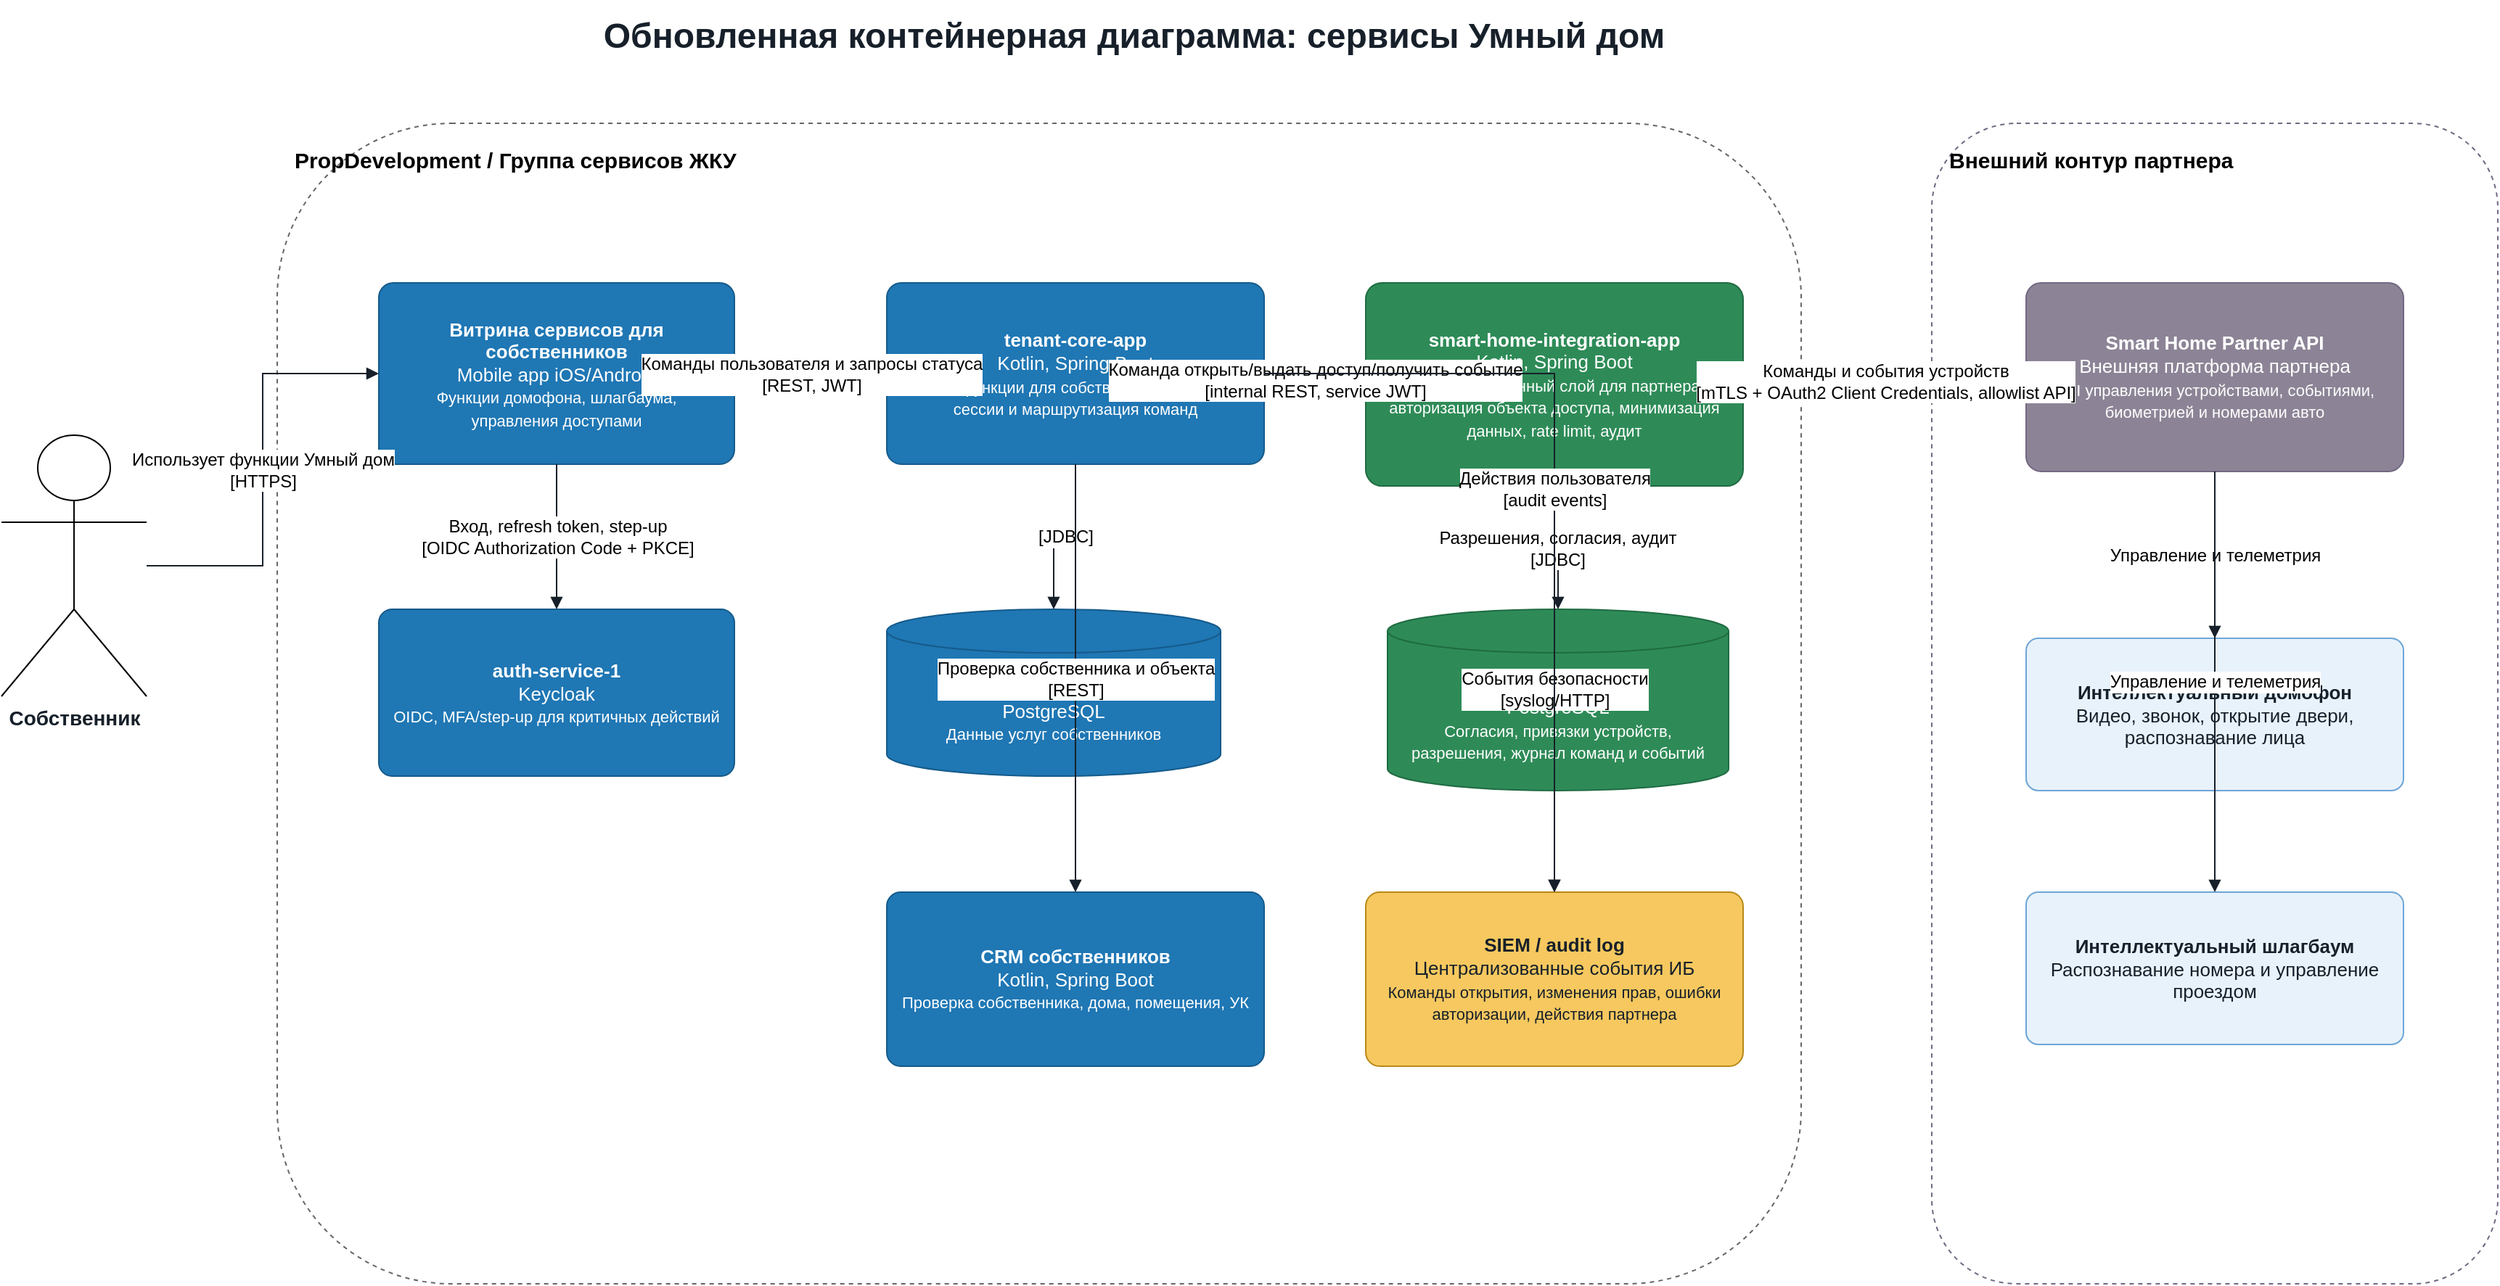
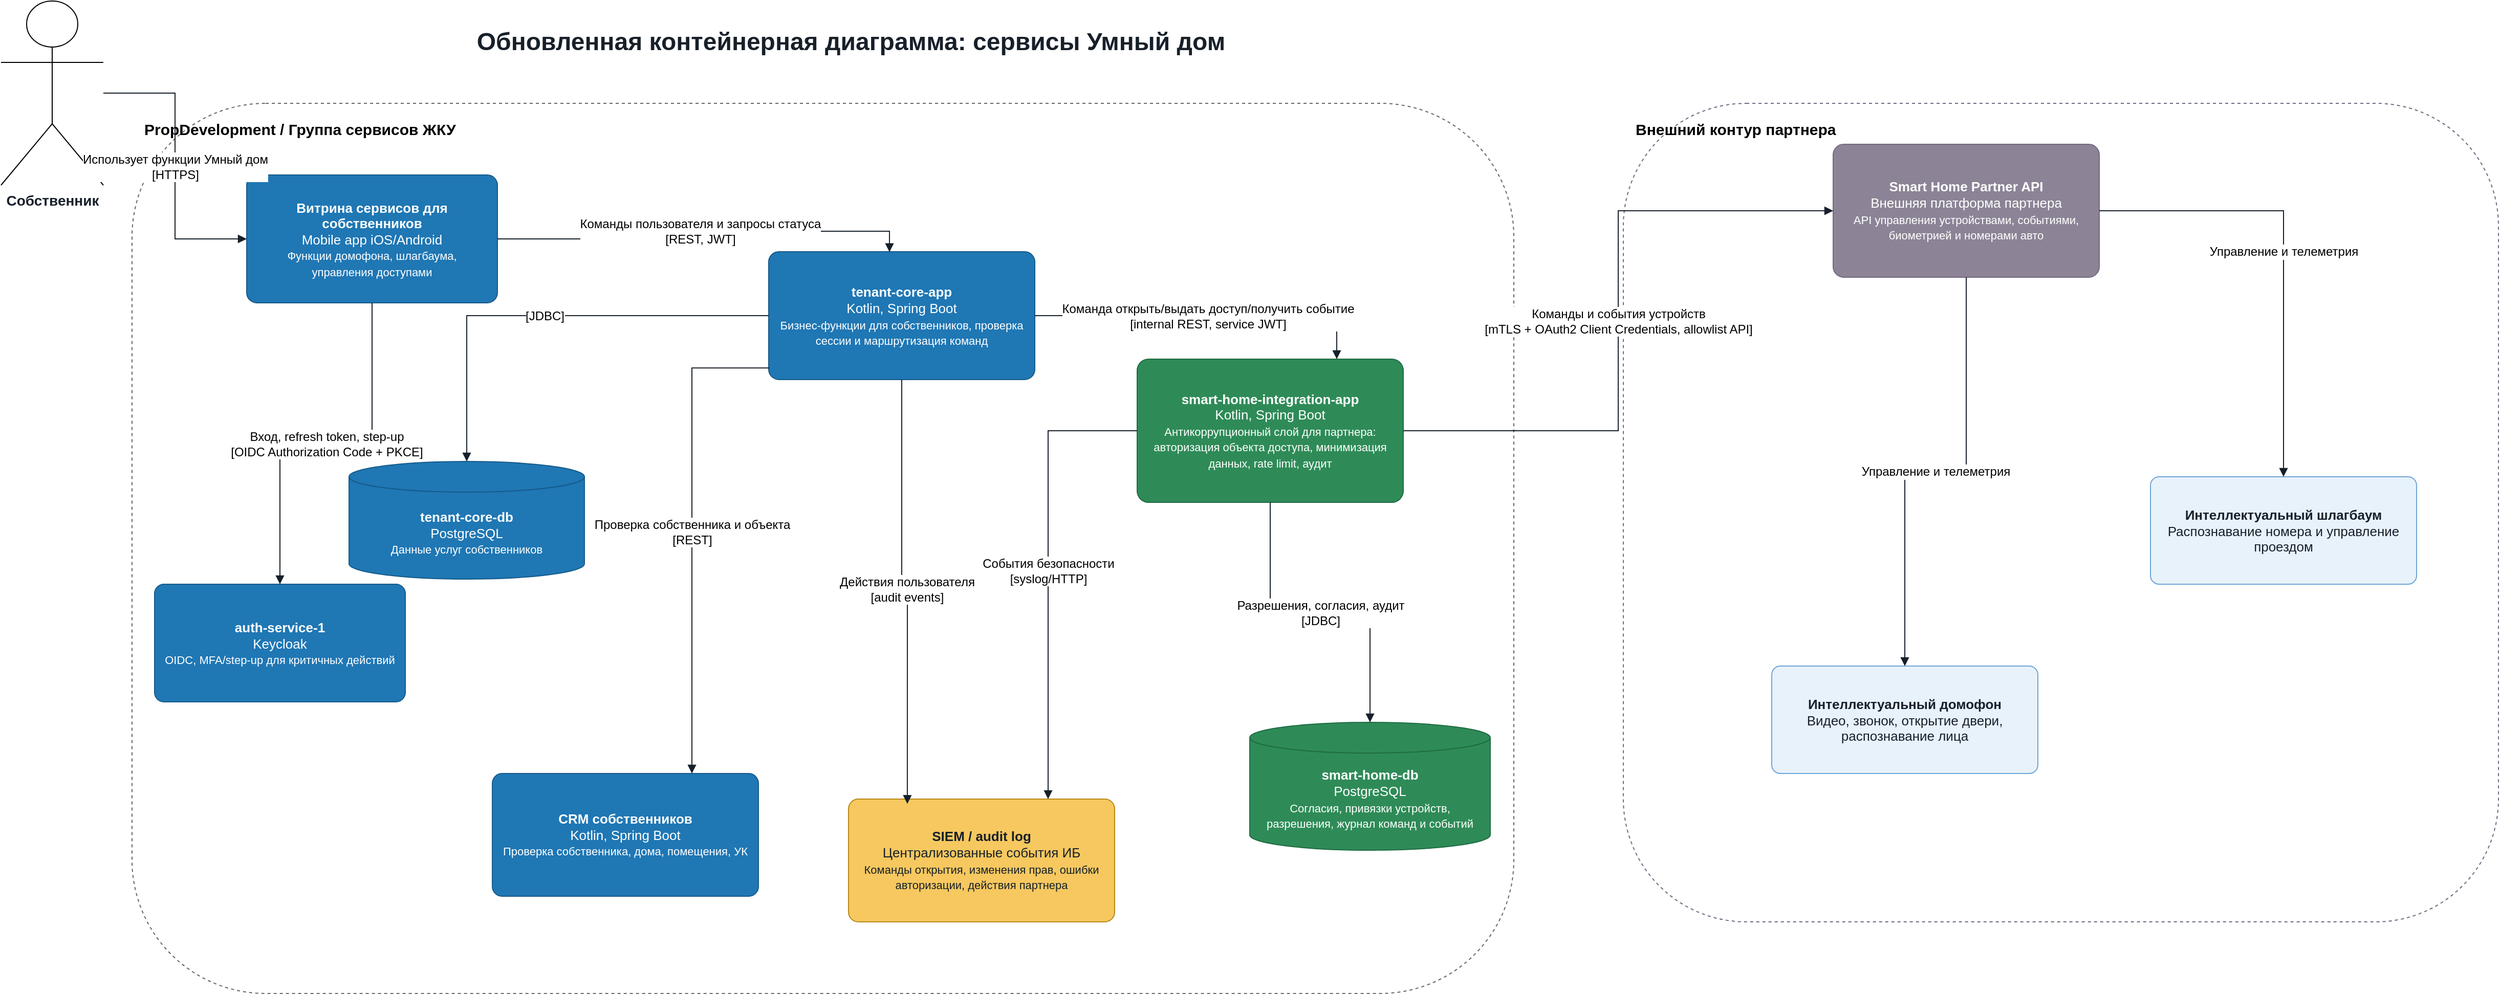
- <?xml version="1.0" encoding="UTF-8"?>
- <mxfile host="app.diagrams.net" version="24.8.0">
+ <mxfile host="Electron">
  <diagram id="smart-home-container" name="C4 Container - Smart Home">
-     <mxGraphModel dx="1650" dy="920" grid="1" gridSize="10" guides="1" tooltips="1" connect="1" arrows="1" fold="1" page="1" pageScale="1" pageWidth="1900" pageHeight="1200" math="0" shadow="0">
+     <mxGraphModel dx="2204" dy="1120" grid="1" gridSize="10" guides="1" tooltips="1" connect="1" arrows="1" fold="1" page="1" pageScale="1" pageWidth="1900" pageHeight="1200" math="0" shadow="0">
      <root>
        <mxCell id="0" />
        <mxCell id="1" parent="0" />
-         <mxCell id="title" value="Обновленная контейнерная диаграмма: сервисы Умный дом" style="text;html=1;strokeColor=none;fillColor=none;align=center;verticalAlign=middle;fontStyle=1;fontSize=24;fontColor=#17202A;" vertex="1" parent="1">
-           <mxGeometry x="430" y="35" width="840" height="50" as="geometry" />
+         <mxCell id="title" parent="1" style="text;html=1;strokeColor=none;fillColor=none;align=center;verticalAlign=middle;fontStyle=1;fontSize=24;fontColor=#17202A;" value="Обновленная контейнерная диаграмма: сервисы Умный дом" vertex="1">
+           <mxGeometry height="50" width="840" x="430" y="35" as="geometry" />
        </mxCell>
-         <mxCell id="pd-boundary" value="PropDevelopment / Группа сервисов ЖКУ" style="rounded=1;whiteSpace=wrap;html=1;fillColor=none;strokeColor=#666666;dashed=1;fontStyle=1;fontSize=15;align=left;verticalAlign=top;spacing=12;" vertex="1" parent="1">
-           <mxGeometry x="260" y="120" width="1050" height="800" as="geometry" />
+         <mxCell id="pd-boundary" parent="1" style="rounded=1;whiteSpace=wrap;html=1;fillColor=none;strokeColor=#666666;dashed=1;fontStyle=1;fontSize=15;align=left;verticalAlign=top;spacing=12;" value="PropDevelopment / Группа сервисов ЖКУ" vertex="1">
+           <mxGeometry height="870" width="1350" x="148" y="120" as="geometry" />
        </mxCell>
-         <mxCell id="external-boundary" value="Внешний контур партнера" style="rounded=1;whiteSpace=wrap;html=1;fillColor=none;strokeColor=#736782;dashed=1;fontStyle=1;fontSize=15;align=left;verticalAlign=top;spacing=12;" vertex="1" parent="1">
-           <mxGeometry x="1400" y="120" width="390" height="800" as="geometry" />
+         <mxCell id="external-boundary" parent="1" style="rounded=1;whiteSpace=wrap;html=1;fillColor=none;strokeColor=#736782;dashed=1;fontStyle=1;fontSize=15;align=left;verticalAlign=top;spacing=12;" value="Внешний контур партнера" vertex="1">
+           <mxGeometry height="800" width="855" x="1605" y="120" as="geometry" />
        </mxCell>
-         <mxCell id="owner" value="&lt;b&gt;Собственник&lt;/b&gt;" style="shape=umlActor;verticalLabelPosition=bottom;verticalAlign=top;html=1;outlineConnect=0;fontSize=14;fontColor=#17202A;" vertex="1" parent="1">
-           <mxGeometry x="70" y="335" width="100" height="180" as="geometry" />
+         <mxCell id="owner" parent="1" style="shape=umlActor;verticalLabelPosition=bottom;verticalAlign=top;html=1;outlineConnect=0;fontSize=14;fontColor=#17202A;" value="&lt;b&gt;Собственник&lt;/b&gt;" vertex="1">
+           <mxGeometry height="180" width="100" x="20" y="20" as="geometry" />
        </mxCell>
-         <mxCell id="mobile" value="&lt;b&gt;Витрина сервисов для собственников&lt;/b&gt;&lt;br&gt;Mobile app iOS/Android&lt;br&gt;&lt;font style=&quot;font-size: 11px&quot;&gt;Функции домофона, шлагбаума, управления доступами&lt;/font&gt;" style="rounded=1;whiteSpace=wrap;html=1;arcSize=8;fillColor=#1F77B4;strokeColor=#155A8A;fontColor=#FFFFFF;fontSize=13;spacing=10;" vertex="1" parent="1">
-           <mxGeometry x="330" y="230" width="245" height="125" as="geometry" />
+         <mxCell id="mobile" parent="1" style="rounded=1;whiteSpace=wrap;html=1;arcSize=8;fillColor=#1F77B4;strokeColor=#155A8A;fontColor=#FFFFFF;fontSize=13;spacing=10;" value="&lt;b&gt;Витрина сервисов для собственников&lt;/b&gt;&lt;br&gt;Mobile app iOS/Android&lt;br&gt;&lt;font style=&quot;font-size: 11px&quot;&gt;Функции домофона, шлагбаума, управления доступами&lt;/font&gt;" vertex="1">
+           <mxGeometry height="125" width="245" x="260" y="190" as="geometry" />
        </mxCell>
-         <mxCell id="auth" value="&lt;b&gt;auth-service-1&lt;/b&gt;&lt;br&gt;Keycloak&lt;br&gt;&lt;font style=&quot;font-size: 11px&quot;&gt;OIDC, MFA/step-up для критичных действий&lt;/font&gt;" style="rounded=1;whiteSpace=wrap;html=1;arcSize=8;fillColor=#1F77B4;strokeColor=#155A8A;fontColor=#FFFFFF;fontSize=13;spacing=10;" vertex="1" parent="1">
-           <mxGeometry x="330" y="455" width="245" height="115" as="geometry" />
+         <mxCell id="auth" parent="1" style="rounded=1;whiteSpace=wrap;html=1;arcSize=8;fillColor=#1F77B4;strokeColor=#155A8A;fontColor=#FFFFFF;fontSize=13;spacing=10;" value="&lt;b&gt;auth-service-1&lt;/b&gt;&lt;br&gt;Keycloak&lt;br&gt;&lt;font style=&quot;font-size: 11px&quot;&gt;OIDC, MFA/step-up для критичных действий&lt;/font&gt;" vertex="1">
+           <mxGeometry height="115" width="245" x="170" y="590" as="geometry" />
        </mxCell>
-         <mxCell id="tenant" value="&lt;b&gt;tenant-core-app&lt;/b&gt;&lt;br&gt;Kotlin, Spring Boot&lt;br&gt;&lt;font style=&quot;font-size: 11px&quot;&gt;Бизнес-функции для собственников, проверка сессии и маршрутизация команд&lt;/font&gt;" style="rounded=1;whiteSpace=wrap;html=1;arcSize=8;fillColor=#1F77B4;strokeColor=#155A8A;fontColor=#FFFFFF;fontSize=13;spacing=10;" vertex="1" parent="1">
-           <mxGeometry x="680" y="230" width="260" height="125" as="geometry" />
+         <mxCell id="tenant" parent="1" style="rounded=1;whiteSpace=wrap;html=1;arcSize=8;fillColor=#1F77B4;strokeColor=#155A8A;fontColor=#FFFFFF;fontSize=13;spacing=10;" value="&lt;b&gt;tenant-core-app&lt;/b&gt;&lt;br&gt;Kotlin, Spring Boot&lt;br&gt;&lt;font style=&quot;font-size: 11px&quot;&gt;Бизнес-функции для собственников, проверка сессии и маршрутизация команд&lt;/font&gt;" vertex="1">
+           <mxGeometry height="125" width="260" x="770" y="265" as="geometry" />
        </mxCell>
-         <mxCell id="tenant-db" value="&lt;b&gt;tenant-core-db&lt;/b&gt;&lt;br&gt;PostgreSQL&lt;br&gt;&lt;font style=&quot;font-size: 11px&quot;&gt;Данные услуг собственников&lt;/font&gt;" style="shape=cylinder3;whiteSpace=wrap;html=1;boundedLbl=1;size=15;fillColor=#1F77B4;strokeColor=#155A8A;fontColor=#FFFFFF;fontSize=13;spacing=10;" vertex="1" parent="1">
-           <mxGeometry x="680" y="455" width="230" height="115" as="geometry" />
+         <mxCell id="tenant-db" parent="1" style="shape=cylinder3;whiteSpace=wrap;html=1;boundedLbl=1;size=15;fillColor=#1F77B4;strokeColor=#155A8A;fontColor=#FFFFFF;fontSize=13;spacing=10;" value="&lt;b&gt;tenant-core-db&lt;/b&gt;&lt;br&gt;PostgreSQL&lt;br&gt;&lt;font style=&quot;font-size: 11px&quot;&gt;Данные услуг собственников&lt;/font&gt;" vertex="1">
+           <mxGeometry height="115" width="230" x="360" y="470" as="geometry" />
        </mxCell>
-         <mxCell id="crm" value="&lt;b&gt;CRM собственников&lt;/b&gt;&lt;br&gt;Kotlin, Spring Boot&lt;br&gt;&lt;font style=&quot;font-size: 11px&quot;&gt;Проверка собственника, дома, помещения, УК&lt;/font&gt;" style="rounded=1;whiteSpace=wrap;html=1;arcSize=8;fillColor=#1F77B4;strokeColor=#155A8A;fontColor=#FFFFFF;fontSize=13;spacing=10;" vertex="1" parent="1">
-           <mxGeometry x="680" y="650" width="260" height="120" as="geometry" />
+         <mxCell id="crm" parent="1" style="rounded=1;whiteSpace=wrap;html=1;arcSize=8;fillColor=#1F77B4;strokeColor=#155A8A;fontColor=#FFFFFF;fontSize=13;spacing=10;" value="&lt;b&gt;CRM собственников&lt;/b&gt;&lt;br&gt;Kotlin, Spring Boot&lt;br&gt;&lt;font style=&quot;font-size: 11px&quot;&gt;Проверка собственника, дома, помещения, УК&lt;/font&gt;" vertex="1">
+           <mxGeometry height="120" width="260" x="500" y="775" as="geometry" />
        </mxCell>
-         <mxCell id="integration" value="&lt;b&gt;smart-home-integration-app&lt;/b&gt;&lt;br&gt;Kotlin, Spring Boot&lt;br&gt;&lt;font style=&quot;font-size: 11px&quot;&gt;Антикоррупционный слой для партнера: авторизация объекта доступа, минимизация данных, rate limit, аудит&lt;/font&gt;" style="rounded=1;whiteSpace=wrap;html=1;arcSize=8;fillColor=#2E8B57;strokeColor=#1F6B42;fontColor=#FFFFFF;fontSize=13;spacing=10;" vertex="1" parent="1">
-           <mxGeometry x="1010" y="230" width="260" height="140" as="geometry" />
+         <mxCell id="integration" parent="1" style="rounded=1;whiteSpace=wrap;html=1;arcSize=8;fillColor=#2E8B57;strokeColor=#1F6B42;fontColor=#FFFFFF;fontSize=13;spacing=10;" value="&lt;b&gt;smart-home-integration-app&lt;/b&gt;&lt;br&gt;Kotlin, Spring Boot&lt;br&gt;&lt;font style=&quot;font-size: 11px&quot;&gt;Антикоррупционный слой для партнера: авторизация объекта доступа, минимизация данных, rate limit, аудит&lt;/font&gt;" vertex="1">
+           <mxGeometry height="140" width="260" x="1130" y="370" as="geometry" />
        </mxCell>
-         <mxCell id="integration-db" value="&lt;b&gt;smart-home-db&lt;/b&gt;&lt;br&gt;PostgreSQL&lt;br&gt;&lt;font style=&quot;font-size: 11px&quot;&gt;Согласия, привязки устройств, разрешения, журнал команд и событий&lt;/font&gt;" style="shape=cylinder3;whiteSpace=wrap;html=1;boundedLbl=1;size=15;fillColor=#2E8B57;strokeColor=#1F6B42;fontColor=#FFFFFF;fontSize=13;spacing=10;" vertex="1" parent="1">
-           <mxGeometry x="1025" y="455" width="235" height="125" as="geometry" />
+         <mxCell id="integration-db" parent="1" style="shape=cylinder3;whiteSpace=wrap;html=1;boundedLbl=1;size=15;fillColor=#2E8B57;strokeColor=#1F6B42;fontColor=#FFFFFF;fontSize=13;spacing=10;" value="&lt;b&gt;smart-home-db&lt;/b&gt;&lt;br&gt;PostgreSQL&lt;br&gt;&lt;font style=&quot;font-size: 11px&quot;&gt;Согласия, привязки устройств, разрешения, журнал команд и событий&lt;/font&gt;" vertex="1">
+           <mxGeometry height="125" width="235" x="1240" y="725" as="geometry" />
        </mxCell>
-         <mxCell id="audit" value="&lt;b&gt;SIEM / audit log&lt;/b&gt;&lt;br&gt;Централизованные события ИБ&lt;br&gt;&lt;font style=&quot;font-size: 11px&quot;&gt;Команды открытия, изменения прав, ошибки авторизации, действия партнера&lt;/font&gt;" style="rounded=1;whiteSpace=wrap;html=1;arcSize=8;fillColor=#F6C85F;strokeColor=#B88916;fontColor=#17202A;fontSize=13;spacing=10;" vertex="1" parent="1">
-           <mxGeometry x="1010" y="650" width="260" height="120" as="geometry" />
+         <mxCell id="audit" parent="1" style="rounded=1;whiteSpace=wrap;html=1;arcSize=8;fillColor=#F6C85F;strokeColor=#B88916;fontColor=#17202A;fontSize=13;spacing=10;" value="&lt;b&gt;SIEM / audit log&lt;/b&gt;&lt;br&gt;Централизованные события ИБ&lt;br&gt;&lt;font style=&quot;font-size: 11px&quot;&gt;Команды открытия, изменения прав, ошибки авторизации, действия партнера&lt;/font&gt;" vertex="1">
+           <mxGeometry height="120" width="260" x="848" y="800" as="geometry" />
        </mxCell>
-         <mxCell id="partner-api" value="&lt;b&gt;Smart Home Partner API&lt;/b&gt;&lt;br&gt;Внешняя платформа партнера&lt;br&gt;&lt;font style=&quot;font-size: 11px&quot;&gt;API управления устройствами, событиями, биометрией и номерами авто&lt;/font&gt;" style="rounded=1;whiteSpace=wrap;html=1;arcSize=8;fillColor=#8C8496;strokeColor=#736782;fontColor=#FFFFFF;fontSize=13;spacing=10;" vertex="1" parent="1">
-           <mxGeometry x="1465" y="230" width="260" height="130" as="geometry" />
+         <mxCell id="partner-api" parent="1" style="rounded=1;whiteSpace=wrap;html=1;arcSize=8;fillColor=#8C8496;strokeColor=#736782;fontColor=#FFFFFF;fontSize=13;spacing=10;" value="&lt;b&gt;Smart Home Partner API&lt;/b&gt;&lt;br&gt;Внешняя платформа партнера&lt;br&gt;&lt;font style=&quot;font-size: 11px&quot;&gt;API управления устройствами, событиями, биометрией и номерами авто&lt;/font&gt;" vertex="1">
+           <mxGeometry height="130" width="260" x="1810" y="160" as="geometry" />
        </mxCell>
-         <mxCell id="intercom" value="&lt;b&gt;Интеллектуальный домофон&lt;/b&gt;&lt;br&gt;Видео, звонок, открытие двери, распознавание лица" style="rounded=1;whiteSpace=wrap;html=1;arcSize=8;fillColor=#E8F2FB;strokeColor=#6EA6D7;fontColor=#17202A;fontSize=13;spacing=10;" vertex="1" parent="1">
-           <mxGeometry x="1465" y="475" width="260" height="105" as="geometry" />
+         <mxCell id="intercom" parent="1" style="rounded=1;whiteSpace=wrap;html=1;arcSize=8;fillColor=#E8F2FB;strokeColor=#6EA6D7;fontColor=#17202A;fontSize=13;spacing=10;" value="&lt;b&gt;Интеллектуальный домофон&lt;/b&gt;&lt;br&gt;Видео, звонок, открытие двери, распознавание лица" vertex="1">
+           <mxGeometry height="105" width="260" x="1750" y="670" as="geometry" />
        </mxCell>
-         <mxCell id="barrier" value="&lt;b&gt;Интеллектуальный шлагбаум&lt;/b&gt;&lt;br&gt;Распознавание номера и управление проездом" style="rounded=1;whiteSpace=wrap;html=1;arcSize=8;fillColor=#E8F2FB;strokeColor=#6EA6D7;fontColor=#17202A;fontSize=13;spacing=10;" vertex="1" parent="1">
-           <mxGeometry x="1465" y="650" width="260" height="105" as="geometry" />
+         <mxCell id="barrier" parent="1" style="rounded=1;whiteSpace=wrap;html=1;arcSize=8;fillColor=#E8F2FB;strokeColor=#6EA6D7;fontColor=#17202A;fontSize=13;spacing=10;" value="&lt;b&gt;Интеллектуальный шлагбаум&lt;/b&gt;&lt;br&gt;Распознавание номера и управление проездом" vertex="1">
+           <mxGeometry height="105" width="260" x="2120" y="485" as="geometry" />
        </mxCell>
-         <mxCell id="edge-owner-mobile" value="Использует функции Умный дом&lt;br&gt;[HTTPS]" style="edgeStyle=orthogonalEdgeStyle;rounded=0;orthogonalLoop=1;jettySize=auto;html=1;strokeColor=#17202A;fontSize=12;endArrow=block;" edge="1" parent="1" source="owner" target="mobile">
+         <mxCell id="edge-owner-mobile" edge="1" parent="1" source="owner" style="edgeStyle=orthogonalEdgeStyle;rounded=0;orthogonalLoop=1;jettySize=auto;html=1;strokeColor=#17202A;fontSize=12;endArrow=block;" target="mobile" value="Использует функции Умный дом&lt;br&gt;[HTTPS]">
          <mxGeometry relative="1" as="geometry" />
        </mxCell>
-         <mxCell id="edge-mobile-auth" value="Вход, refresh token, step-up&lt;br&gt;[OIDC Authorization Code + PKCE]" style="edgeStyle=orthogonalEdgeStyle;rounded=0;orthogonalLoop=1;jettySize=auto;html=1;strokeColor=#17202A;fontSize=12;endArrow=block;" edge="1" parent="1" source="mobile" target="auth">
+         <mxCell id="edge-mobile-auth" edge="1" parent="1" source="mobile" style="edgeStyle=orthogonalEdgeStyle;rounded=0;orthogonalLoop=1;jettySize=auto;html=1;strokeColor=#17202A;fontSize=12;endArrow=block;" target="auth" value="Вход, refresh token, step-up&lt;br&gt;[OIDC Authorization Code + PKCE]">
          <mxGeometry relative="1" as="geometry" />
        </mxCell>
-         <mxCell id="edge-mobile-tenant" value="Команды пользователя и запросы статуса&lt;br&gt;[REST, JWT]" style="edgeStyle=orthogonalEdgeStyle;rounded=0;orthogonalLoop=1;jettySize=auto;html=1;strokeColor=#17202A;fontSize=12;endArrow=block;" edge="1" parent="1" source="mobile" target="tenant">
+         <mxCell id="edge-mobile-tenant" edge="1" parent="1" source="mobile" style="edgeStyle=orthogonalEdgeStyle;rounded=0;orthogonalLoop=1;jettySize=auto;html=1;strokeColor=#17202A;fontSize=12;endArrow=block;entryX=0.454;entryY=0.003;entryDx=0;entryDy=0;entryPerimeter=0;" target="tenant" value="Команды пользователя и запросы статуса&lt;br&gt;[REST, JWT]">
          <mxGeometry relative="1" as="geometry" />
        </mxCell>
-         <mxCell id="edge-tenant-db" value="[JDBC]" style="edgeStyle=orthogonalEdgeStyle;rounded=0;orthogonalLoop=1;jettySize=auto;html=1;strokeColor=#17202A;fontSize=12;endArrow=block;" edge="1" parent="1" source="tenant" target="tenant-db">
+         <mxCell id="edge-tenant-db" edge="1" parent="1" source="tenant" style="edgeStyle=orthogonalEdgeStyle;rounded=0;orthogonalLoop=1;jettySize=auto;html=1;strokeColor=#17202A;fontSize=12;endArrow=block;" target="tenant-db" value="[JDBC]">
          <mxGeometry relative="1" as="geometry" />
        </mxCell>
-         <mxCell id="edge-tenant-crm" value="Проверка собственника и объекта&lt;br&gt;[REST]" style="edgeStyle=orthogonalEdgeStyle;rounded=0;orthogonalLoop=1;jettySize=auto;html=1;strokeColor=#17202A;fontSize=12;endArrow=block;" edge="1" parent="1" source="tenant" target="crm">
+         <mxCell id="edge-tenant-crm" edge="1" parent="1" source="tenant" style="edgeStyle=orthogonalEdgeStyle;rounded=0;orthogonalLoop=1;jettySize=auto;html=1;strokeColor=#17202A;fontSize=12;endArrow=block;exitX=0.003;exitY=0.909;exitDx=0;exitDy=0;exitPerimeter=0;entryX=0.75;entryY=0;entryDx=0;entryDy=0;" target="crm" value="Проверка собственника и объекта&lt;br&gt;[REST]">
          <mxGeometry relative="1" as="geometry" />
        </mxCell>
-         <mxCell id="edge-tenant-integration" value="Команда открыть/выдать доступ/получить событие&lt;br&gt;[internal REST, service JWT]" style="edgeStyle=orthogonalEdgeStyle;rounded=0;orthogonalLoop=1;jettySize=auto;html=1;strokeColor=#17202A;fontSize=12;endArrow=block;" edge="1" parent="1" source="tenant" target="integration">
+         <mxCell id="edge-tenant-integration" edge="1" parent="1" source="tenant" style="edgeStyle=orthogonalEdgeStyle;rounded=0;orthogonalLoop=1;jettySize=auto;html=1;strokeColor=#17202A;fontSize=12;endArrow=block;entryX=0.75;entryY=0;entryDx=0;entryDy=0;" target="integration" value="Команда открыть/выдать доступ/получить событие&lt;br&gt;[internal REST, service JWT]">
          <mxGeometry relative="1" as="geometry" />
        </mxCell>
-         <mxCell id="edge-integration-db" value="Разрешения, согласия, аудит&lt;br&gt;[JDBC]" style="edgeStyle=orthogonalEdgeStyle;rounded=0;orthogonalLoop=1;jettySize=auto;html=1;strokeColor=#17202A;fontSize=12;endArrow=block;" edge="1" parent="1" source="integration" target="integration-db">
+         <mxCell id="edge-integration-db" edge="1" parent="1" source="integration" style="edgeStyle=orthogonalEdgeStyle;rounded=0;orthogonalLoop=1;jettySize=auto;html=1;strokeColor=#17202A;fontSize=12;endArrow=block;" target="integration-db" value="Разрешения, согласия, аудит&lt;br&gt;[JDBC]">
          <mxGeometry relative="1" as="geometry" />
        </mxCell>
-         <mxCell id="edge-integration-audit" value="События безопасности&lt;br&gt;[syslog/HTTP]" style="edgeStyle=orthogonalEdgeStyle;rounded=0;orthogonalLoop=1;jettySize=auto;html=1;strokeColor=#17202A;fontSize=12;endArrow=block;" edge="1" parent="1" source="integration" target="audit">
+         <mxCell id="edge-integration-audit" edge="1" parent="1" source="integration" style="edgeStyle=orthogonalEdgeStyle;rounded=0;orthogonalLoop=1;jettySize=auto;html=1;strokeColor=#17202A;fontSize=12;endArrow=block;entryX=0.75;entryY=0;entryDx=0;entryDy=0;" target="audit" value="События безопасности&lt;br&gt;[syslog/HTTP]">
          <mxGeometry relative="1" as="geometry" />
        </mxCell>
-         <mxCell id="edge-tenant-audit" value="Действия пользователя&lt;br&gt;[audit events]" style="edgeStyle=orthogonalEdgeStyle;rounded=0;orthogonalLoop=1;jettySize=auto;html=1;strokeColor=#17202A;fontSize=12;endArrow=block;" edge="1" parent="1" source="tenant" target="audit">
+         <mxCell id="edge-tenant-audit" edge="1" parent="1" source="tenant" style="edgeStyle=orthogonalEdgeStyle;rounded=0;orthogonalLoop=1;jettySize=auto;html=1;strokeColor=#17202A;fontSize=12;endArrow=block;entryX=0.221;entryY=0.039;entryDx=0;entryDy=0;entryPerimeter=0;" target="audit" value="Действия пользователя&lt;br&gt;[audit events]">
          <mxGeometry relative="1" as="geometry" />
        </mxCell>
-         <mxCell id="edge-integration-partner" value="Команды и события устройств&lt;br&gt;[mTLS + OAuth2 Client Credentials, allowlist API]" style="edgeStyle=orthogonalEdgeStyle;rounded=0;orthogonalLoop=1;jettySize=auto;html=1;strokeColor=#17202A;fontSize=12;endArrow=block;" edge="1" parent="1" source="integration" target="partner-api">
+         <mxCell id="edge-integration-partner" edge="1" parent="1" source="integration" style="edgeStyle=orthogonalEdgeStyle;rounded=0;orthogonalLoop=1;jettySize=auto;html=1;strokeColor=#17202A;fontSize=12;endArrow=block;entryX=0;entryY=0.5;entryDx=0;entryDy=0;" target="partner-api" value="Команды и события устройств&lt;br&gt;[mTLS + OAuth2 Client Credentials, allowlist API]">
          <mxGeometry relative="1" as="geometry" />
        </mxCell>
-         <mxCell id="edge-partner-intercom" value="Управление и телеметрия" style="edgeStyle=orthogonalEdgeStyle;rounded=0;orthogonalLoop=1;jettySize=auto;html=1;strokeColor=#17202A;fontSize=12;endArrow=block;" edge="1" parent="1" source="partner-api" target="intercom">
+         <mxCell id="edge-partner-intercom" edge="1" parent="1" source="partner-api" style="edgeStyle=orthogonalEdgeStyle;rounded=0;orthogonalLoop=1;jettySize=auto;html=1;strokeColor=#17202A;fontSize=12;endArrow=block;" target="intercom" value="Управление и телеметрия">
          <mxGeometry relative="1" as="geometry" />
        </mxCell>
-         <mxCell id="edge-partner-barrier" value="Управление и телеметрия" style="edgeStyle=orthogonalEdgeStyle;rounded=0;orthogonalLoop=1;jettySize=auto;html=1;strokeColor=#17202A;fontSize=12;endArrow=block;" edge="1" parent="1" source="partner-api" target="barrier">
+         <mxCell id="edge-partner-barrier" edge="1" parent="1" source="partner-api" style="edgeStyle=orthogonalEdgeStyle;rounded=0;orthogonalLoop=1;jettySize=auto;html=1;strokeColor=#17202A;fontSize=12;endArrow=block;" target="barrier" value="Управление и телеметрия">
          <mxGeometry relative="1" as="geometry" />
        </mxCell>
      </root>
    </mxGraphModel>
  </diagram>
</mxfile>
